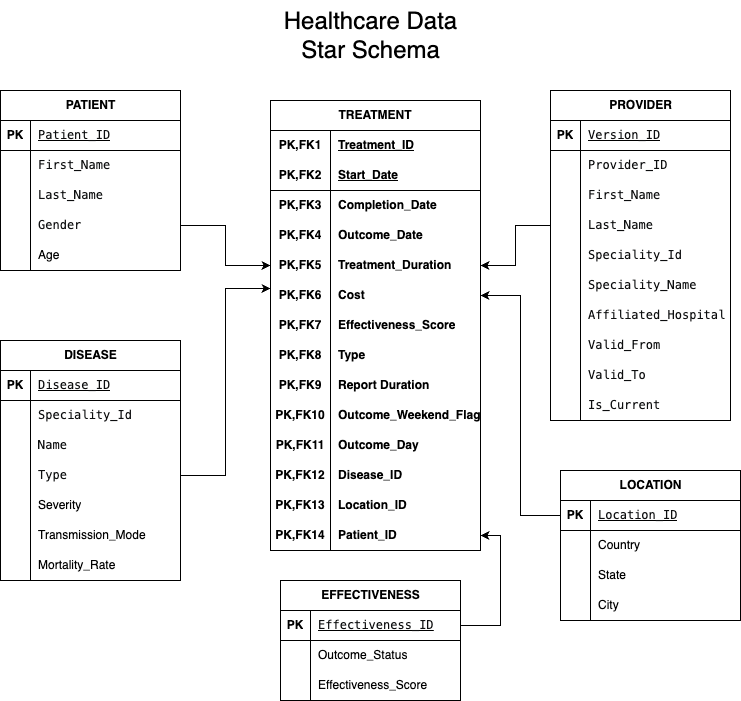
avinash8898/Healtcare_Provider_And_Cost_Tracking_ETL keeps this draw.io diagram as schema/Schema_Design.png. Above is the earlier version. Source tidied: cells renumbered, new cells last; positions are measured from the earlier drawing's top-left corner, leaving out a move shared by most shapes.
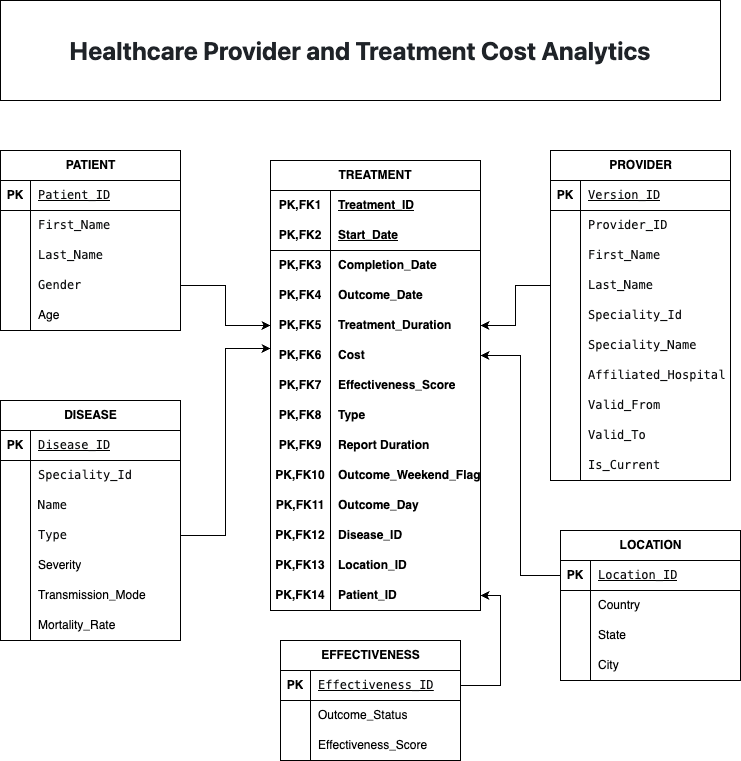
After the change.

The edit, as a diff of the source:
```diff
@@ -389,9 +389,6 @@
     <mxCell id="130" style="edgeStyle=orthogonalEdgeStyle;rounded=0;jettySize=auto;html=1;exitX=1;exitY=0.5;exitDx=0;exitDy=0;entryX=0;entryY=0.5;entryDx=0;entryDy=0;" parent="1" edge="1" source="55" target="15">
       <mxGeometry relative="1" as="geometry" />
     </mxCell>
-    <mxCell id="131" value="&lt;font style=&quot;font-size: 24px;&quot;&gt;Healthcare Data&lt;br&gt;Star Schema&lt;/font&gt;" style="text;html=1;align=center;verticalAlign=middle;strokeColor=none;fillColor=none;" parent="1" vertex="1">
-      <mxGeometry x="270" width="200" height="70" as="geometry" />
-    </mxCell>
     <mxCell id="132" value="EFFECTIVENESS" style="shape=table;startSize=30;rowLines=0;fontStyle=1;align=center;html=1;" parent="1" vertex="1">
       <mxGeometry x="280" y="580" width="180" height="120" as="geometry" />
     </mxCell>
@@ -425,5 +422,8 @@
     <mxCell id="142" style="edgeStyle=orthogonalEdgeStyle;rounded=0;jettySize=auto;html=1;exitX=1;exitY=0.5;exitDx=0;exitDy=0;entryX=1;entryY=0.5;entryDx=0;entryDy=0;" parent="1" edge="1" source="133" target="42">
       <mxGeometry relative="1" as="geometry" />
     </mxCell>
+    <mxCell id="143" value="&lt;b style=&quot;color: rgb(31, 35, 40); font-family: -apple-system, &amp;quot;system-ui&amp;quot;, &amp;quot;Segoe UI&amp;quot;, &amp;quot;Noto Sans&amp;quot;, Helvetica, Arial, sans-serif, &amp;quot;Apple Color Emoji&amp;quot;, &amp;quot;Segoe UI Emoji&amp;quot;; text-align: start;&quot;&gt;&lt;font style=&quot;font-size: 25px;&quot;&gt;Healthcare Provider and Treatment Cost Analytics&lt;/font&gt;&lt;/b&gt;" style="rounded=0;whiteSpace=wrap;html=1;" parent="1" vertex="1">
+      <mxGeometry y="-60" width="720" height="100" as="geometry" />
+    </mxCell>
   </root>
 </mxGraphModel>
```
